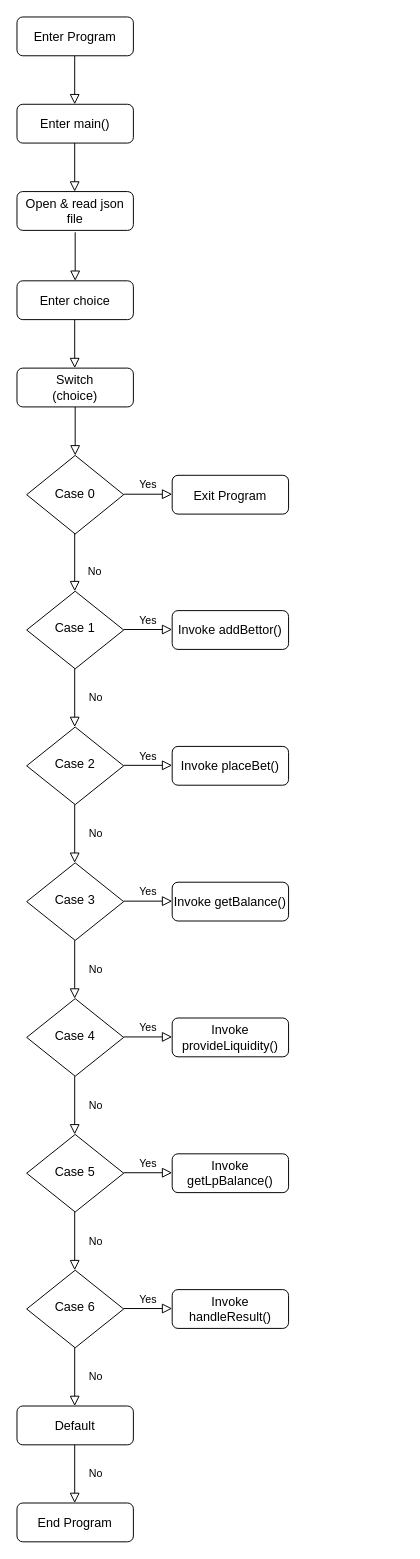
Bhawana15/betting_contract keeps this draw.io diagram as Untitled Diagram.drawio. Above is the earlier version. Source tidied: cells renumbered, new cells numbered last; positions are measured from the earlier drawing's top-left corner, leaving out a move shared by most shapes. Both pictures are drawn from the tidied source at 97%, with x=0, y=0 at pixel (16, 16).
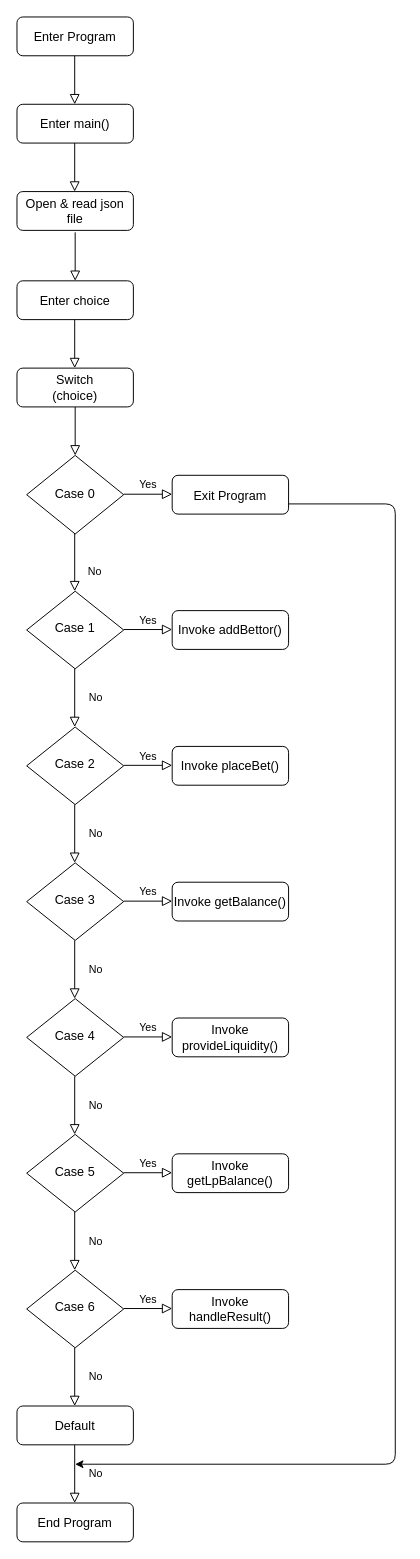
After the change.

What changed in the source:
```diff
@@
+    <mxCell id="43" style="edgeStyle=elbowEdgeStyle;elbow=horizontal;endArrow=classic;html=1;" parent="1" edge="1">
+      <mxGeometry relative="1" as="geometry">
+        <mxPoint x="280" y="502" as="sourcePoint" />
+        <mxPoint x="60" y="1492" as="targetPoint" />
+        <Array as="points">
+          <mxPoint x="390" y="1002" />
+        </Array>
+      </mxGeometry>
+    </mxCell>
```
